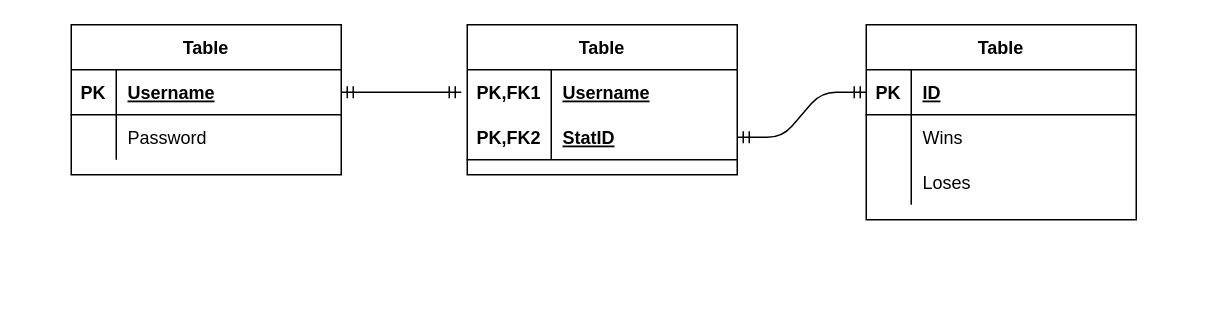
Above: RDS-Diagram.drawio in MarcusBou/KortKlubben (draw.io), before the change. Source tidied: cells renumbered, new cells numbered last; positions are measured from the earlier drawing's top-left corner, leaving out a move shared by most shapes. Both pictures are drawn from the tidied source at 150%, with x=0, y=0 at pixel (70, 24).
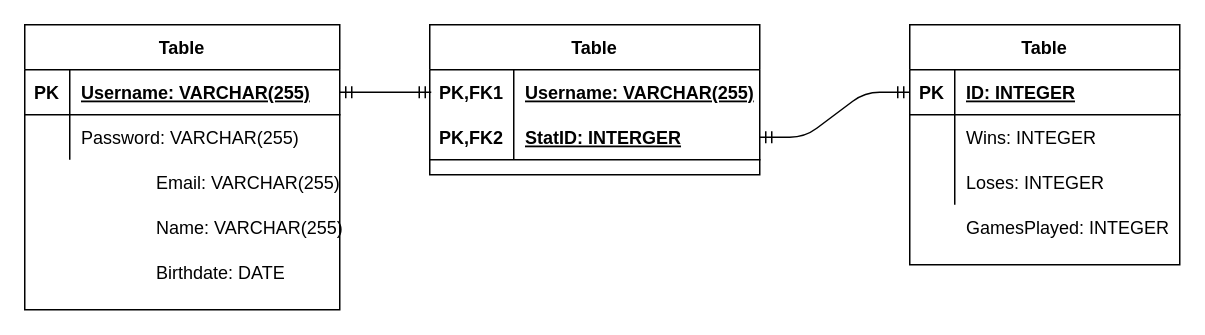
The same diagram, later.

The change refers to these unchanged cells:
```xml
<mxCell id="3" style="shape=partialRectangle;fillColor=none;top=0;left=0;bottom=1;right=0;points=[[0,0.5],[1,0.5]];portConstraint=eastwest;" parent="2" vertex="1">
  <mxGeometry y="30" width="180" height="30" as="geometry" />
</mxCell>
<mxCell id="6" style="shape=partialRectangle;fillColor=none;top=0;left=0;bottom=0;right=0;" parent="2" vertex="1">
  <mxGeometry y="60" width="180" height="30" as="geometry" />
</mxCell>
<mxCell id="9" style="shape=partialRectangle;fillColor=none;top=0;left=0;bottom=0;right=0;" parent="2" vertex="1">
  <mxGeometry y="90" width="180" height="30" as="geometry" />
</mxCell>
```

Change to the diagram source:
```diff
@@
     <mxCell id="2" value="Table" style="shape=table;startSize=30;childLayout=tableLayout;rowLines=0;fontStyle=1;align=center;" parent="1" vertex="1">
-      <mxGeometry x="530" width="180" height="130" as="geometry" />
+      <mxGeometry x="559" width="180" height="160" as="geometry" />
     </mxCell>
@@
-    <mxCell id="5" value="ID" style="shape=partialRectangle;fillColor=none;top=0;left=0;bottom=0;right=0;align=left;spacingLeft=6;fontStyle=5;overflow=hidden;" parent="3" vertex="1">
+    <mxCell id="5" value="ID: INTEGER" style="shape=partialRectangle;fillColor=none;top=0;left=0;bottom=0;right=0;align=left;spacingLeft=6;fontStyle=5;overflow=hidden;" parent="3" vertex="1">
       <mxGeometry x="30" width="150" height="30" as="geometry" />
     </mxCell>
@@
-    <mxCell id="8" value="Wins" style="shape=partialRectangle;fillColor=none;top=0;left=0;bottom=0;right=0;align=left;spacingLeft=6;overflow=hidden;" parent="6" vertex="1">
+    <mxCell id="8" value="Wins: INTEGER" style="shape=partialRectangle;fillColor=none;top=0;left=0;bottom=0;right=0;align=left;spacingLeft=6;overflow=hidden;" parent="6" vertex="1">
       <mxGeometry x="30" width="150" height="30" as="geometry" />
     </mxCell>
@@
-    <mxCell id="11" value="Loses" style="shape=partialRectangle;fillColor=none;top=0;left=0;bottom=0;right=0;align=left;spacingLeft=6;overflow=hidden;" parent="9" vertex="1">
+    <mxCell id="11" value="Loses: INTEGER" style="shape=partialRectangle;fillColor=none;top=0;left=0;bottom=0;right=0;align=left;spacingLeft=6;overflow=hidden;" parent="9" vertex="1">
       <mxGeometry x="30" width="150" height="30" as="geometry" />
     </mxCell>
     <mxCell id="12" value="Table" style="shape=table;startSize=30;childLayout=tableLayout;rowLines=0;fontStyle=1;align=center;" parent="1" vertex="1">
-      <mxGeometry width="180" height="100" as="geometry" />
+      <mxGeometry x="-31" width="210" height="190" as="geometry" />
     </mxCell>
     <mxCell id="13" style="shape=partialRectangle;fillColor=none;top=0;left=0;bottom=1;right=0;points=[[0,0.5],[1,0.5]];portConstraint=eastwest;" parent="12" vertex="1">
-      <mxGeometry y="30" width="180" height="30" as="geometry" />
+      <mxGeometry y="30" width="210" height="30" as="geometry" />
     </mxCell>
@@
-    <mxCell id="15" value="Username" style="shape=partialRectangle;fillColor=none;top=0;left=0;bottom=0;right=0;align=left;spacingLeft=6;fontStyle=5;overflow=hidden;" parent="13" vertex="1">
-      <mxGeometry x="30" width="150" height="30" as="geometry" />
+    <mxCell id="15" value="Username: VARCHAR(255)" style="shape=partialRectangle;fillColor=none;top=0;left=0;bottom=0;right=0;align=left;spacingLeft=6;fontStyle=5;overflow=hidden;" parent="13" vertex="1">
+      <mxGeometry x="30" width="180" height="30" as="geometry" />
     </mxCell>
     <mxCell id="16" style="shape=partialRectangle;fillColor=none;top=0;left=0;bottom=0;right=0;" parent="12" vertex="1">
-      <mxGeometry y="60" width="180" height="30" as="geometry" />
+      <mxGeometry y="60" width="210" height="30" as="geometry" />
     </mxCell>
@@
-    <mxCell id="18" value="Password" style="shape=partialRectangle;fillColor=none;top=0;left=0;bottom=0;right=0;align=left;spacingLeft=6;overflow=hidden;" parent="16" vertex="1">
-      <mxGeometry x="30" width="150" height="30" as="geometry" />
+    <mxCell id="18" value="Password: VARCHAR(255)" style="shape=partialRectangle;fillColor=none;top=0;left=0;bottom=0;right=0;align=left;spacingLeft=6;overflow=hidden;" parent="16" vertex="1">
+      <mxGeometry x="30" width="180" height="30" as="geometry" />
     </mxCell>
     <mxCell id="19" value="Table" style="shape=table;startSize=30;childLayout=tableLayout;rowLines=0;fontStyle=1;align=center;" parent="1" vertex="1">
-      <mxGeometry x="264" width="180" height="100" as="geometry" />
+      <mxGeometry x="239" width="220" height="100" as="geometry" />
     </mxCell>
     <mxCell id="20" style="shape=partialRectangle;fillColor=none;top=0;left=0;bottom=0;right=0;" parent="19" vertex="1">
-      <mxGeometry y="30" width="180" height="30" as="geometry" />
+      <mxGeometry y="30" width="220" height="30" as="geometry" />
     </mxCell>
@@
-    <mxCell id="22" value="Username" style="shape=partialRectangle;fillColor=none;top=0;left=0;bottom=0;right=0;align=left;spacingLeft=6;fontStyle=5;overflow=hidden;" parent="20" vertex="1">
-      <mxGeometry x="56" width="124" height="30" as="geometry" />
+    <mxCell id="22" value="Username: VARCHAR(255)" style="shape=partialRectangle;fillColor=none;top=0;left=0;bottom=0;right=0;align=left;spacingLeft=6;fontStyle=5;overflow=hidden;" parent="20" vertex="1">
+      <mxGeometry x="56" width="164" height="30" as="geometry" />
     </mxCell>
     <mxCell id="23" style="shape=partialRectangle;fillColor=none;top=0;left=0;bottom=1;right=0;points=[[0,0.5],[1,0.5]];portConstraint=eastwest;" parent="19" vertex="1">
-      <mxGeometry y="60" width="180" height="30" as="geometry" />
+      <mxGeometry y="60" width="220" height="30" as="geometry" />
     </mxCell>
@@
-    <mxCell id="25" value="StatID" style="shape=partialRectangle;fillColor=none;top=0;left=0;bottom=0;right=0;align=left;spacingLeft=6;fontStyle=5;overflow=hidden;" parent="23" vertex="1">
-      <mxGeometry x="56" width="124" height="30" as="geometry" />
+    <mxCell id="25" value="StatID: INTERGER" style="shape=partialRectangle;fillColor=none;top=0;left=0;bottom=0;right=0;align=left;spacingLeft=6;fontStyle=5;overflow=hidden;" parent="23" vertex="1">
+      <mxGeometry x="56" width="164" height="30" as="geometry" />
     </mxCell>
@@
     <mxCell id="27" style="edgeStyle=entityRelationEdgeStyle;fontSize=12;html=1;endArrow=ERmandOne;startArrow=ERmandOne;exitX=1;exitY=0.5;exitDx=0;exitDy=0;" parent="1" edge="1" source="13">
       <mxGeometry relative="1" as="geometry">
-        <mxPoint x="260" y="45" as="targetPoint" />
+        <mxPoint x="240" y="45" as="targetPoint" />
       </mxGeometry>
     </mxCell>
+    <mxCell id="28" style="shape=partialRectangle;fillColor=none;top=0;left=0;bottom=0;right=0;" parent="1" vertex="1">
+      <mxGeometry x="19" y="90" width="210" height="30" as="geometry" />
+    </mxCell>
+    <mxCell id="29" style="shape=partialRectangle;fillColor=none;top=0;left=0;bottom=0;right=0;overflow=hidden;" parent="28" vertex="1">
+      <mxGeometry width="30" height="30" as="geometry" />
+    </mxCell>
+    <mxCell id="30" value="Email: VARCHAR(255)" style="shape=partialRectangle;fillColor=none;top=0;left=0;bottom=0;right=0;align=left;spacingLeft=6;overflow=hidden;" parent="28" vertex="1">
+      <mxGeometry x="30" width="180" height="30" as="geometry" />
+    </mxCell>
+    <mxCell id="31" style="shape=partialRectangle;fillColor=none;top=0;left=0;bottom=0;right=0;" parent="1" vertex="1">
+      <mxGeometry x="19" y="120" width="210" height="30" as="geometry" />
+    </mxCell>
+    <mxCell id="32" style="shape=partialRectangle;fillColor=none;top=0;left=0;bottom=0;right=0;overflow=hidden;" parent="31" vertex="1">
+      <mxGeometry width="30" height="30" as="geometry" />
+    </mxCell>
+    <mxCell id="33" value="Name: VARCHAR(255)" style="shape=partialRectangle;fillColor=none;top=0;left=0;bottom=0;right=0;align=left;spacingLeft=6;overflow=hidden;" parent="31" vertex="1">
+      <mxGeometry x="30" width="180" height="30" as="geometry" />
+    </mxCell>
+    <mxCell id="34" style="shape=partialRectangle;fillColor=none;top=0;left=0;bottom=0;right=0;" parent="1" vertex="1">
+      <mxGeometry x="19" y="150" width="210" height="30" as="geometry" />
+    </mxCell>
+    <mxCell id="35" style="shape=partialRectangle;fillColor=none;top=0;left=0;bottom=0;right=0;overflow=hidden;" parent="34" vertex="1">
+      <mxGeometry width="30" height="30" as="geometry" />
+    </mxCell>
+    <mxCell id="36" value="Birthdate: DATE" style="shape=partialRectangle;fillColor=none;top=0;left=0;bottom=0;right=0;align=left;spacingLeft=6;overflow=hidden;" parent="34" vertex="1">
+      <mxGeometry x="30" width="180" height="30" as="geometry" />
+    </mxCell>
+    <mxCell id="37" style="shape=partialRectangle;fillColor=none;top=0;left=0;bottom=0;right=0;overflow=hidden;" parent="1" vertex="1">
+      <mxGeometry x="559" y="120" width="30" height="30" as="geometry" />
+    </mxCell>
+    <mxCell id="38" value="GamesPlayed: INTEGER" style="shape=partialRectangle;fillColor=none;top=0;left=0;bottom=0;right=0;align=left;spacingLeft=6;overflow=hidden;" parent="1" vertex="1">
+      <mxGeometry x="589" y="120" width="150" height="30" as="geometry" />
+    </mxCell>
```
